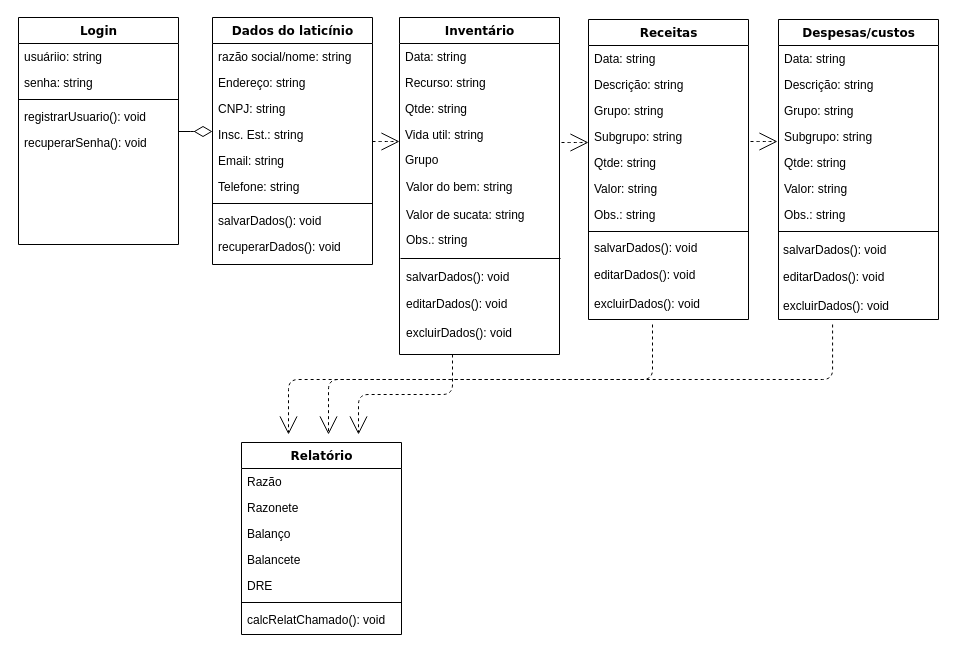
This is DiagramaGerQueijoPrimeiraFase.drawio from fernandesladeira/GerQueijo, a draw.io file, before an edit. Source tidied: cells renumbered, new cells numbered last; positions are measured from the earlier drawing's top-left corner, leaving out a move shared by most shapes. Both pictures are drawn from the tidied source at 100%, with x=0, y=0 at pixel (18, 17).
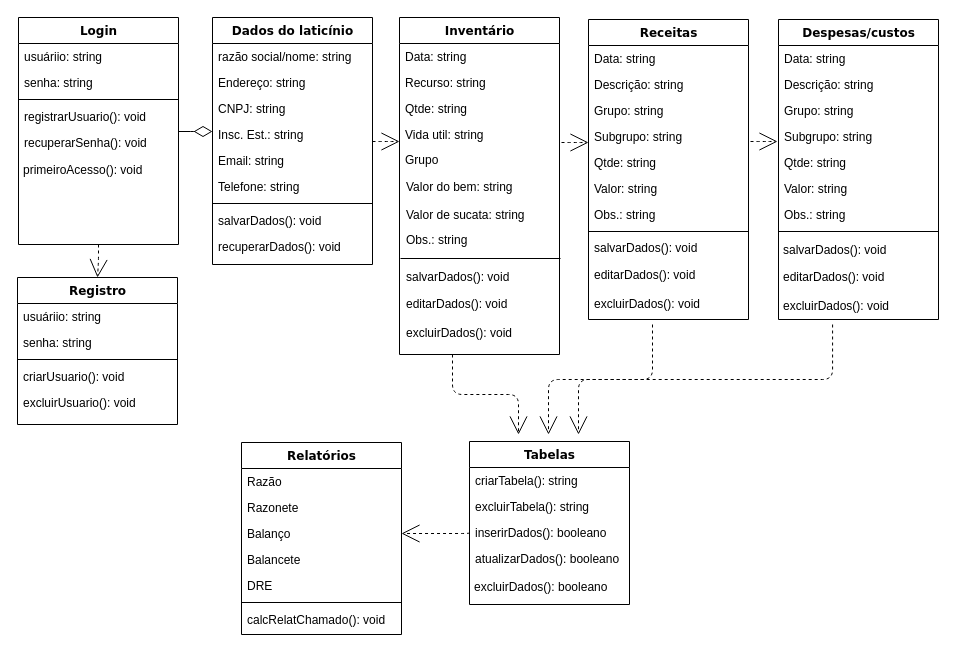
After the change.

The change refers to these unchanged cells:
```xml
<mxCell id="2" value="Login" style="swimlane;html=1;fontStyle=1;align=center;verticalAlign=top;horizontal=1;startSize=26;swimlaneFillColor=#ffffff;rounded=0;shadow=0;comic=0;labelBackgroundColor=none;strokeWidth=1;fillColor=none;fontFamily=Verdana;fontSize=12;" parent="1" vertex="1">
  <mxGeometry width="160" height="227" as="geometry" />
</mxCell>
<mxCell id="36" value="Balanço" style="text;html=1;strokeColor=none;fillColor=none;align=left;verticalAlign=top;spacingLeft=4;spacingRight=4;whiteSpace=wrap;overflow=hidden;points=[[0,0.5],[1,0.5]];portConstraint=eastwest;" parent="33" vertex="1">
  <mxGeometry y="78" width="160" height="26" as="geometry" />
</mxCell>
<mxCell id="65" value="excluirDados(): void" style="text;html=1;strokeColor=none;fillColor=none;align=left;verticalAlign=top;spacingLeft=4;spacingRight=4;whiteSpace=wrap;overflow=hidden;points=[[0,0.5],[1,0.5]];portConstraint=eastwest;" parent="1" vertex="1">
  <mxGeometry x="759" y="275" width="162" height="26" as="geometry" />
</mxCell>
```

Change to the diagram source:
```diff
@@
-    <mxCell id="33" value="Relatório" style="swimlane;html=1;fontStyle=1;align=center;verticalAlign=top;horizontal=1;startSize=26;swimlaneFillColor=#ffffff;rounded=0;shadow=0;comic=0;labelBackgroundColor=none;strokeWidth=1;fillColor=none;fontFamily=Verdana;fontSize=12;" parent="1" vertex="1">
+    <mxCell id="33" value="Relatórios" style="swimlane;html=1;fontStyle=1;align=center;verticalAlign=top;horizontal=1;startSize=26;swimlaneFillColor=#ffffff;rounded=0;shadow=0;comic=0;labelBackgroundColor=none;strokeWidth=1;fillColor=none;fontFamily=Verdana;fontSize=12;" parent="1" vertex="1">
       <mxGeometry x="223" y="425" width="160" height="192" as="geometry" />
     </mxCell>
@@
     <mxCell id="67" style="edgeStyle=elbowEdgeStyle;html=1;labelBackgroundColor=none;startFill=0;startSize=8;endArrow=open;endFill=0;endSize=16;fontFamily=Verdana;fontSize=12;elbow=vertical;dashed=1;" parent="1" edge="1">
       <mxGeometry relative="1" as="geometry">
         <mxPoint x="434" y="337" as="sourcePoint" />
-        <mxPoint x="340" y="417" as="targetPoint" />
+        <mxPoint x="500" y="417" as="targetPoint" />
       </mxGeometry>
     </mxCell>
     <mxCell id="68" style="edgeStyle=elbowEdgeStyle;html=1;labelBackgroundColor=none;startFill=0;startSize=8;endArrow=open;endFill=0;endSize=16;fontFamily=Verdana;fontSize=12;elbow=vertical;dashed=1;" parent="1" edge="1">
       <mxGeometry relative="1" as="geometry">
         <mxPoint x="634" y="307" as="sourcePoint" />
-        <mxPoint x="270" y="417" as="targetPoint" />
+        <mxPoint x="560" y="417" as="targetPoint" />
       </mxGeometry>
     </mxCell>
     <mxCell id="69" style="edgeStyle=elbowEdgeStyle;html=1;labelBackgroundColor=none;startFill=0;startSize=8;endArrow=open;endFill=0;endSize=16;fontFamily=Verdana;fontSize=12;elbow=vertical;dashed=1;exitX=0.34;exitY=1.231;exitDx=0;exitDy=0;exitPerimeter=0;" parent="1" edge="1" source="65">
       <mxGeometry relative="1" as="geometry">
-        <mxPoint x="310" y="417" as="targetPoint" />
+        <mxPoint x="530" y="417" as="targetPoint" />
       </mxGeometry>
     </mxCell>
+    <mxCell id="70" value="Tabelas" style="swimlane;html=1;fontStyle=1;align=center;verticalAlign=top;horizontal=1;startSize=26;swimlaneFillColor=#ffffff;rounded=0;shadow=0;comic=0;labelBackgroundColor=none;strokeWidth=1;fillColor=none;fontFamily=Verdana;fontSize=12;" parent="1" vertex="1">
+      <mxGeometry x="451" y="424" width="160" height="163" as="geometry" />
+    </mxCell>
+    <mxCell id="71" value="criarTabela(): string" style="text;html=1;strokeColor=none;fillColor=none;align=left;verticalAlign=top;spacingLeft=4;spacingRight=4;whiteSpace=wrap;overflow=hidden;" parent="70" vertex="1">
+      <mxGeometry y="26" width="160" height="26" as="geometry" />
+    </mxCell>
+    <mxCell id="72" value="excluirTabela(): string" style="text;html=1;strokeColor=none;fillColor=none;align=left;verticalAlign=top;spacingLeft=4;spacingRight=4;whiteSpace=wrap;overflow=hidden;" parent="70" vertex="1">
+      <mxGeometry y="52" width="160" height="26" as="geometry" />
+    </mxCell>
+    <mxCell id="73" value="inserirDados(): booleano" style="text;html=1;strokeColor=none;fillColor=none;align=left;verticalAlign=top;spacingLeft=4;spacingRight=4;whiteSpace=wrap;overflow=hidden;points=[[0,0.5],[1,0.5]];portConstraint=eastwest;" parent="70" vertex="1">
+      <mxGeometry y="78" width="160" height="26" as="geometry" />
+    </mxCell>
+    <mxCell id="74" value="atualizarDados(): booleano" style="text;html=1;strokeColor=none;fillColor=none;align=left;verticalAlign=top;spacingLeft=4;spacingRight=4;whiteSpace=wrap;overflow=hidden;" parent="70" vertex="1">
+      <mxGeometry y="104" width="160" height="26" as="geometry" />
+    </mxCell>
+    <mxCell id="75" value="excluirDados(): booleano" style="text;html=1;strokeColor=none;fillColor=none;align=left;verticalAlign=top;spacingLeft=4;spacingRight=4;whiteSpace=wrap;overflow=hidden;" parent="1" vertex="1">
+      <mxGeometry x="450" y="556" width="160" height="26" as="geometry" />
+    </mxCell>
+    <mxCell id="76" style="edgeStyle=elbowEdgeStyle;html=1;labelBackgroundColor=none;startFill=0;startSize=8;endArrow=open;endFill=0;endSize=16;fontFamily=Verdana;fontSize=12;elbow=vertical;dashed=1;exitX=0;exitY=0.5;exitDx=0;exitDy=0;entryX=1;entryY=0.5;entryDx=0;entryDy=0;" parent="1" edge="1" source="73" target="36">
+      <mxGeometry relative="1" as="geometry" />
+    </mxCell>
+    <mxCell id="77" value="Registro" style="swimlane;html=1;fontStyle=1;align=center;verticalAlign=top;horizontal=1;startSize=26;swimlaneFillColor=#ffffff;rounded=0;shadow=0;comic=0;labelBackgroundColor=none;strokeWidth=1;fillColor=none;fontFamily=Verdana;fontSize=12;" parent="1" vertex="1">
+      <mxGeometry x="-1" y="260" width="160" height="147" as="geometry" />
+    </mxCell>
+    <mxCell id="78" value="usuáriio: string&lt;span style=&quot;white-space: pre;&quot;&gt;&#9;&lt;/span&gt;" style="text;html=1;strokeColor=none;fillColor=none;align=left;verticalAlign=top;spacingLeft=4;spacingRight=4;whiteSpace=wrap;overflow=hidden;" parent="77" vertex="1">
+      <mxGeometry y="26" width="160" height="26" as="geometry" />
+    </mxCell>
+    <mxCell id="79" value="senha: string" style="text;html=1;strokeColor=none;fillColor=none;align=left;verticalAlign=top;spacingLeft=4;spacingRight=4;whiteSpace=wrap;overflow=hidden;" parent="77" vertex="1">
+      <mxGeometry y="52" width="160" height="26" as="geometry" />
+    </mxCell>
+    <mxCell id="80" style="line;html=1;strokeWidth=1;fillColor=none;align=left;verticalAlign=middle;spacingTop=-1;spacingLeft=3;spacingRight=3;labelPosition=right;" parent="77" vertex="1">
+      <mxGeometry y="78" width="160" height="8" as="geometry" />
+    </mxCell>
+    <mxCell id="81" value="criarUsuario(): void" style="text;html=1;strokeColor=none;fillColor=none;align=left;verticalAlign=top;spacingLeft=4;spacingRight=4;whiteSpace=wrap;overflow=hidden;" parent="77" vertex="1">
+      <mxGeometry y="86" width="160" height="26" as="geometry" />
+    </mxCell>
+    <mxCell id="82" value="excluirUsuario(): void" style="text;html=1;strokeColor=none;fillColor=none;align=left;verticalAlign=top;spacingLeft=4;spacingRight=4;whiteSpace=wrap;overflow=hidden;" parent="77" vertex="1">
+      <mxGeometry y="112" width="160" height="26" as="geometry" />
+    </mxCell>
+    <mxCell id="83" style="edgeStyle=elbowEdgeStyle;html=1;labelBackgroundColor=none;startFill=0;startSize=8;endArrow=open;endFill=0;endSize=16;fontFamily=Verdana;fontSize=12;elbow=vertical;dashed=1;exitX=0.5;exitY=1;exitDx=0;exitDy=0;entryX=0.5;entryY=0;entryDx=0;entryDy=0;" parent="1" edge="1" source="2" target="77">
+      <mxGeometry relative="1" as="geometry" />
+    </mxCell>
+    <mxCell id="84" value="primeiroAcesso(): void" style="text;html=1;strokeColor=none;fillColor=none;align=left;verticalAlign=top;spacingLeft=4;spacingRight=4;whiteSpace=wrap;overflow=hidden;" parent="1" vertex="1">
+      <mxGeometry x="-1" y="139" width="160" height="26" as="geometry" />
+    </mxCell>
```
